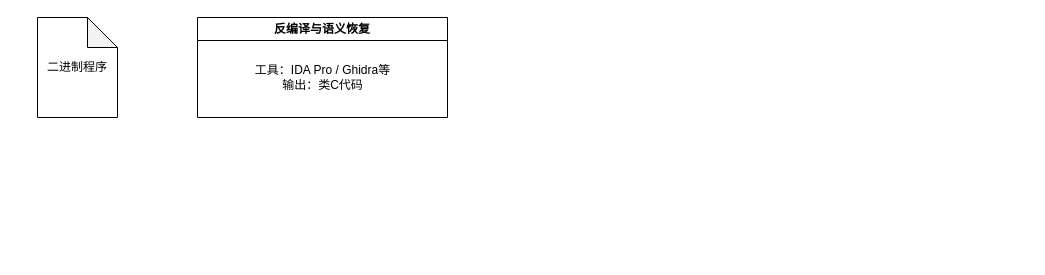
Before: MindMap/图谱构建流程图.drawio in hourhl/Draw-io, a draw.io diagram. Source tidied: cells renumbered, new cells numbered last; positions are measured from the earlier drawing's top-left corner, leaving out a move shared by most shapes. Both pictures are drawn from the tidied source at 100%, with x=0, y=0 at pixel (37, 17).
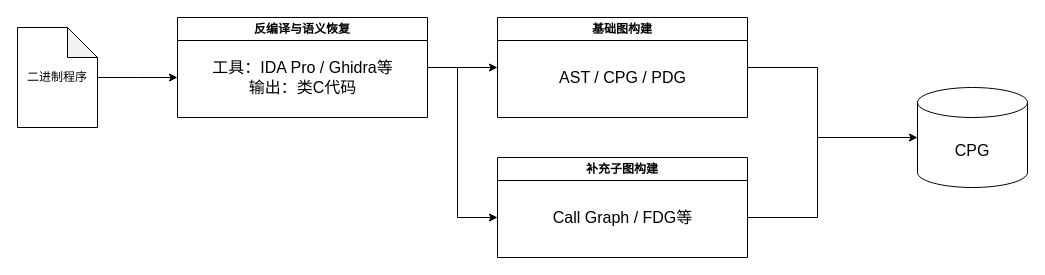
The same page after the edit.

Commit message:
更新图谱构建流程图.drawio

What changed in the source:
```diff
@@
+    <mxCell id="5" style="edgeStyle=orthogonalEdgeStyle;rounded=0;jettySize=auto;html=1;" parent="1" edge="1" source="2">
+      <mxGeometry relative="1" as="geometry">
+        <mxPoint x="140" y="60" as="targetPoint" />
+      </mxGeometry>
+    </mxCell>
     <mxCell id="2" value="二进制程序" style="shape=note;whiteSpace=wrap;html=1;backgroundOutline=1;darkOpacity=0.05;" parent="1" vertex="1">
-      <mxGeometry width="80" height="100" as="geometry" />
+      <mxGeometry x="-20" y="10" width="80" height="100" as="geometry" />
     </mxCell>
+    <mxCell id="6" style="edgeStyle=orthogonalEdgeStyle;rounded=0;jettySize=auto;html=1;entryX=0;entryY=0.5;entryDx=0;entryDy=0;" parent="1" edge="1" source="3" target="7">
+      <mxGeometry relative="1" as="geometry" />
+    </mxCell>
     <mxCell id="3" value="反编译与语义恢复" style="swimlane;whiteSpace=wrap;html=1;" parent="1" vertex="1">
-      <mxGeometry x="160" width="250" height="100" as="geometry" />
+      <mxGeometry x="140" width="250" height="100" as="geometry" />
     </mxCell>
-    <mxCell id="4" value="工具：IDA Pro / Ghidra等&lt;div&gt;输出：类C代码&lt;/div&gt;" style="text;html=1;align=center;verticalAlign=middle;strokeColor=none;fillColor=none;" parent="3" vertex="1">
-      <mxGeometry x="45" y="40" width="160" height="40" as="geometry" />
+    <mxCell id="4" value="&lt;font style=&quot;font-size: 16px;&quot;&gt;工具：IDA Pro / Ghidra等&lt;/font&gt;&lt;div&gt;&lt;font style=&quot;font-size: 16px;&quot;&gt;输出：类C代码&lt;/font&gt;&lt;/div&gt;" style="text;html=1;align=center;verticalAlign=middle;strokeColor=none;fillColor=none;" parent="3" vertex="1">
+      <mxGeometry x="25" y="35" width="200" height="50" as="geometry" />
     </mxCell>
+    <mxCell id="7" value="基础图构建" style="swimlane;whiteSpace=wrap;html=1;" parent="1" vertex="1">
+      <mxGeometry x="460" width="250" height="100" as="geometry" />
+    </mxCell>
+    <mxCell id="8" value="&lt;span style=&quot;font-size: 16px;&quot;&gt;AST / CPG / PDG&lt;/span&gt;" style="text;html=1;align=center;verticalAlign=middle;strokeColor=none;fillColor=none;" parent="7" vertex="1">
+      <mxGeometry x="50" y="45" width="150" height="30" as="geometry" />
+    </mxCell>
+    <mxCell id="9" value="补充子图构建" style="swimlane;whiteSpace=wrap;html=1;" parent="1" vertex="1">
+      <mxGeometry x="460" y="140" width="250" height="100" as="geometry" />
+    </mxCell>
+    <mxCell id="10" value="&lt;span style=&quot;font-size: 16px;&quot;&gt;Call Graph / FDG等&lt;/span&gt;" style="text;html=1;align=center;verticalAlign=middle;strokeColor=none;fillColor=none;" parent="9" vertex="1">
+      <mxGeometry x="45" y="45" width="160" height="30" as="geometry" />
+    </mxCell>
+    <mxCell id="11" style="endArrow=classic;html=1;rounded=0;" parent="1" edge="1">
+      <mxGeometry relative="1" as="geometry">
+        <mxPoint x="420" y="50" as="sourcePoint" />
+        <mxPoint x="460" y="200" as="targetPoint" />
+        <Array as="points">
+          <mxPoint x="420" y="200" />
+        </Array>
+      </mxGeometry>
+    </mxCell>
+    <mxCell id="12" value="&lt;font style=&quot;font-size: 16px;&quot;&gt;CPG&lt;/font&gt;" style="shape=cylinder3;whiteSpace=wrap;html=1;boundedLbl=1;backgroundOutline=1;size=15;" parent="1" vertex="1">
+      <mxGeometry x="880" y="70" width="110" height="100" as="geometry" />
+    </mxCell>
+    <mxCell id="13" style="endArrow=classic;html=1;rounded=0;exitX=1;exitY=0.5;exitDx=0;exitDy=0;entryX=0;entryY=0.5;entryDx=0;entryDy=0;entryPerimeter=0;" parent="1" edge="1" source="7" target="12">
+      <mxGeometry relative="1" as="geometry">
+        <Array as="points">
+          <mxPoint x="780" y="50" />
+          <mxPoint x="780" y="120" />
+        </Array>
+      </mxGeometry>
+    </mxCell>
+    <mxCell id="14" style="endArrow=none;html=1;rounded=0;" parent="1" edge="1">
+      <mxGeometry relative="1" as="geometry">
+        <mxPoint x="710" y="200" as="sourcePoint" />
+        <mxPoint x="780" y="120" as="targetPoint" />
+        <Array as="points">
+          <mxPoint x="780" y="200" />
+        </Array>
+      </mxGeometry>
+    </mxCell>
```
